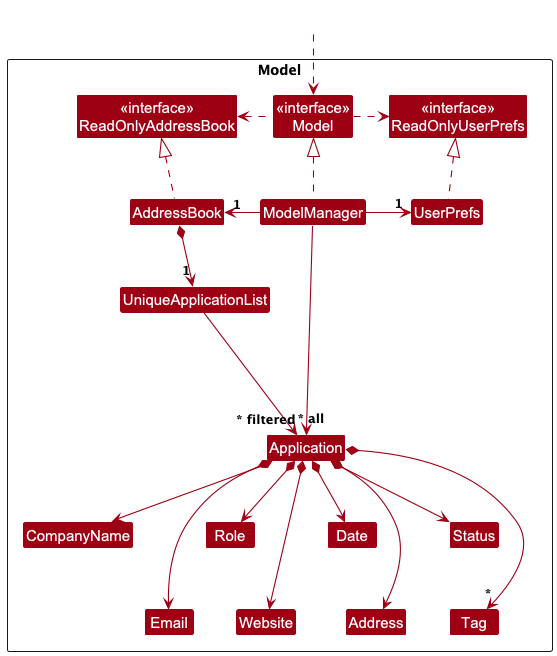
Before: docs/images/ModelClassDiagram.png, a diagram exported from PlantUML (JamieLoh/tp). Source of this version:
```plantuml
@startuml
!include style.puml
skinparam arrowThickness 1.1
skinparam arrowColor MODEL_COLOR
skinparam classBackgroundColor MODEL_COLOR

Package Model as ModelPackage <<Rectangle>>{
Class "<<interface>>\nReadOnlyAddressBook" as ReadOnlyAddressBook
Class "<<interface>>\nReadOnlyUserPrefs" as ReadOnlyUserPrefs
Class "<<interface>>\nModel" as Model
Class AddressBook
Class ModelManager
Class UserPrefs

Class UniqueApplicationList
Class Application {
    - notes: String
    - isArchived: boolean
}
Class Address
Class Email
Class CompanyName
Class Website
Class Role
Class Date
Class Status
Class Tag

Class I #FFFFFF
}

Class HiddenOutside #FFFFFF
HiddenOutside ..> Model

AddressBook .up.|> ReadOnlyAddressBook

ModelManager .up.|> Model
Model .right.> ReadOnlyUserPrefs
Model .left.> ReadOnlyAddressBook
ModelManager -left-> "1" AddressBook
ModelManager -right-> "1" UserPrefs
UserPrefs .up.|> ReadOnlyUserPrefs

AddressBook *--> "1" UniqueApplicationList
UniqueApplicationList --> "~* all" Application
Application *--> CompanyName
Application *--> Email
Application *--> Address
Application *--> Website
Application *--> Role
Application *--> Date
Application *--> Status
Application *--> "*" Tag
ModelManager --> "~* filtered" Application

Application -[hidden]up--> I
UniqueApplicationList -[hidden]right-> I

CompanyName -[hidden]right-> Role
Role -[hidden]right-> Date
Date -[hidden]right-> Status
Email -[hidden]right-> Website
Website -[hidden]right-> Address
Address -[hidden]right-> Tag
CompanyName -[hidden]down-> Email
Role -[hidden]down-> Website
Date -[hidden]down-> Address
Status -[hidden]down-> Tag


@enduml
```
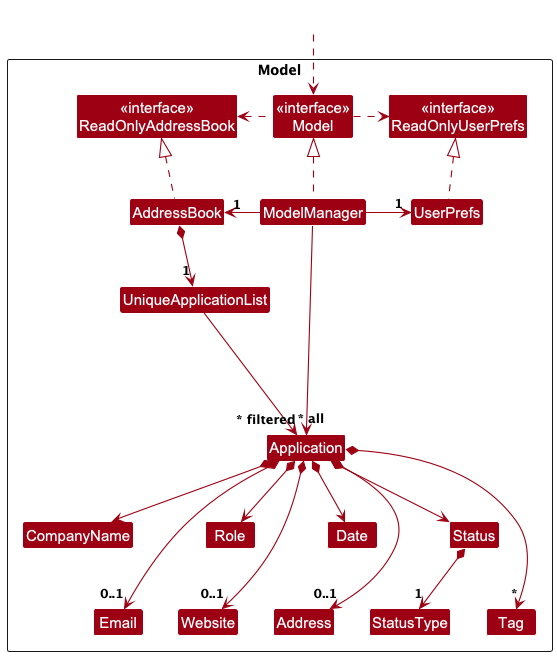
The same file after the commit.

Commit message:
Fix use case formatting, Model class diagram, and ArchiveFilterSequenceDiagram

What changed in the source:
```diff
@@ -26,6 +26,12 @@
 Class Status
 Class Tag
 
+Enum StatusType {
+    PENDING
+    OFFERED
+    REJECTED
+}
+
 Class I #FFFFFF
 }
 
@@ -44,12 +50,13 @@
 AddressBook *--> "1" UniqueApplicationList
 UniqueApplicationList --> "~* all" Application
 Application *--> CompanyName
-Application *--> Email
-Application *--> Address
-Application *--> Website
+Application *--> "0..1" Email
+Application *--> "0..1" Address
+Application *--> "0..1" Website
 Application *--> Role
 Application *--> Date
 Application *--> Status
+Status *--> "1" StatusType
 Application *--> "*" Tag
 ModelManager --> "~* filtered" Application
 
```
